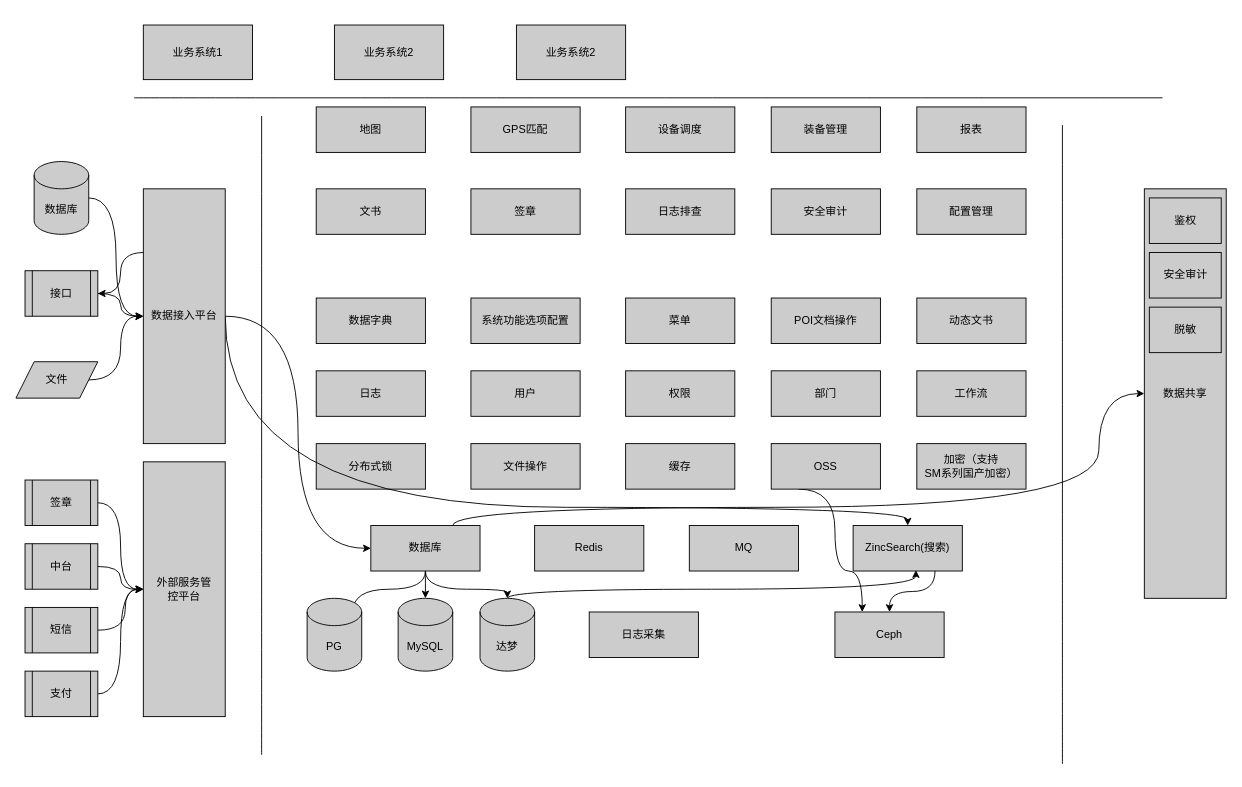
Earlier version of the draw.io diagram page "技术体系1" (5 of 6) of doc/工程中心年终总结.drawio (jackyliu/design). Source tidied: cells renumbered, new cells numbered last; positions are measured from the earlier drawing's top-left corner, leaving out a move shared by most shapes. Both pictures are drawn from the tidied source at 91%, with x=0, y=0 at pixel (15, 25).
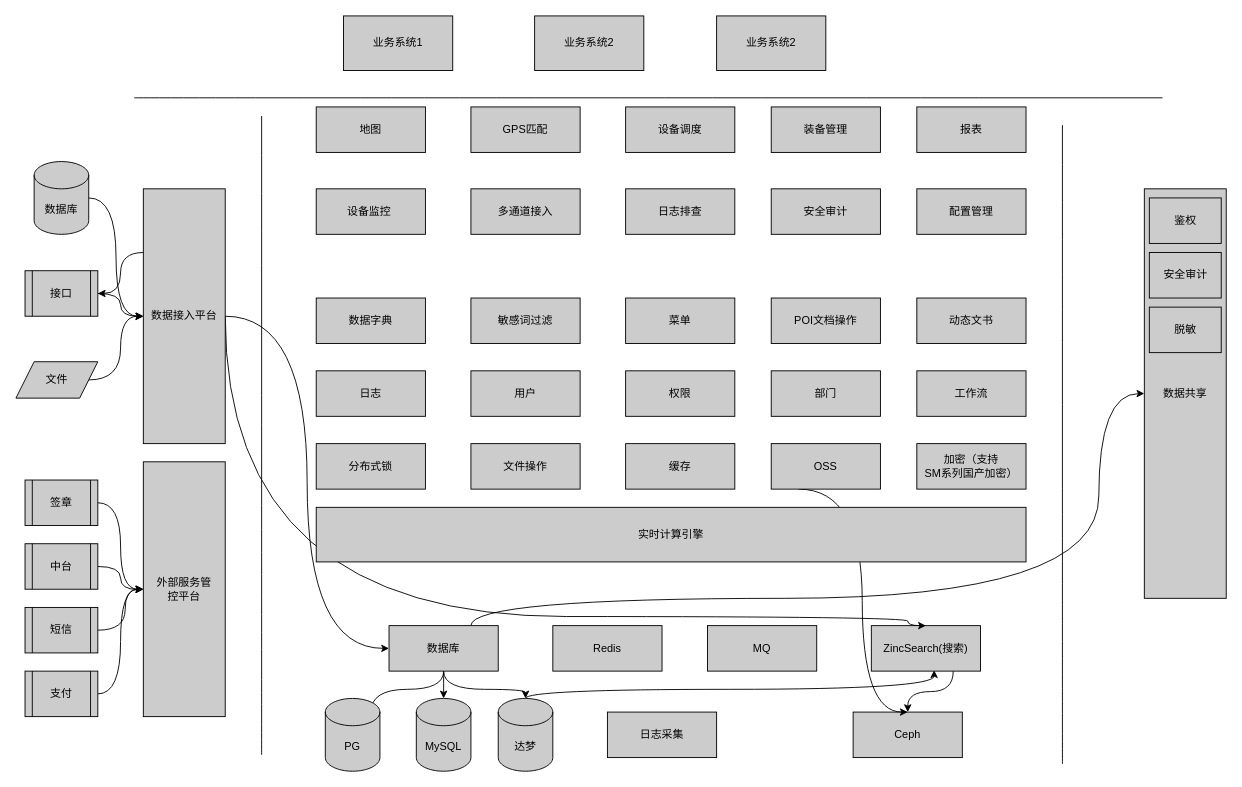
The same diagram, later.

Commit message:
更新工程中心年终总结.drawio

The change refers to these unchanged cells:
```xml
<mxCell id="21" value="OSS" style="rounded=0;whiteSpace=wrap;html=1;fillColor=#CCCCCC;" parent="1" vertex="1">
  <mxGeometry x="830" y="460" width="120" height="50" as="geometry" />
</mxCell>
<mxCell id="50" value="数据接入平台" style="rounded=0;whiteSpace=wrap;html=1;fillColor=#CCCCCC;" parent="1" vertex="1">
  <mxGeometry x="140" y="180" width="90" height="280" as="geometry" />
</mxCell>
<mxCell id="55" value="数据共享" style="rounded=0;whiteSpace=wrap;html=1;fillColor=#CCCCCC;" parent="1" vertex="1">
  <mxGeometry x="1240" y="180" width="90" height="450" as="geometry" />
</mxCell>
```

Change to the diagram source:
```diff
@@
     <mxCell id="4" style="edgeStyle=orthogonalEdgeStyle;curved=1;rounded=0;jettySize=auto;html=1;exitX=0.5;exitY=1;exitDx=0;exitDy=0;" parent="1" edge="1" source="6" target="10">
       <mxGeometry relative="1" as="geometry">
         <Array as="points">
-          <mxPoint x="450" y="620" />
-          <mxPoint x="540" y="620" />
+          <mxPoint x="470" y="730" />
+          <mxPoint x="560" y="730" />
         </Array>
       </mxGeometry>
     </mxCell>
     <mxCell id="5" style="edgeStyle=orthogonalEdgeStyle;curved=1;rounded=0;jettySize=auto;html=1;exitX=0.75;exitY=0;exitDx=0;exitDy=0;entryX=0;entryY=0.5;entryDx=0;entryDy=0;" parent="1" edge="1" source="6" target="55">
       <mxGeometry relative="1" as="geometry">
         <Array as="points">
-          <mxPoint x="480" y="530" />
-          <mxPoint x="1190" y="530" />
+          <mxPoint x="500" y="630" />
+          <mxPoint x="1190" y="630" />
           <mxPoint x="1190" y="405" />
         </Array>
       </mxGeometry>
     </mxCell>
     <mxCell id="6" value="数据库" style="rounded=0;whiteSpace=wrap;html=1;fillColor=#CCCCCC;" parent="1" vertex="1">
-      <mxGeometry x="390" y="550" width="120" height="50" as="geometry" />
+      <mxGeometry x="410" y="660" width="120" height="50" as="geometry" />
     </mxCell>
     <mxCell id="7" value="PG" style="shape=cylinder3;whiteSpace=wrap;html=1;boundedLbl=1;backgroundOutline=1;size=15;fillColor=#CCCCCC;" parent="1" vertex="1">
-      <mxGeometry x="320" y="630" width="60" height="80" as="geometry" />
+      <mxGeometry x="340" y="740" width="60" height="80" as="geometry" />
     </mxCell>
     <mxCell id="8" value="MySQL" style="shape=cylinder3;whiteSpace=wrap;html=1;boundedLbl=1;backgroundOutline=1;size=15;fillColor=#CCCCCC;" parent="1" vertex="1">
-      <mxGeometry x="420" y="630" width="60" height="80" as="geometry" />
+      <mxGeometry x="440" y="740" width="60" height="80" as="geometry" />
     </mxCell>
     <mxCell id="9" style="edgeStyle=orthogonalEdgeStyle;curved=1;rounded=0;jettySize=auto;html=1;entryX=0.575;entryY=0.98;entryDx=0;entryDy=0;entryPerimeter=0;" parent="1" edge="1" source="10" target="15">
       <mxGeometry relative="1" as="geometry">
         <Array as="points">
-          <mxPoint x="540" y="620" />
-          <mxPoint x="989" y="620" />
+          <mxPoint x="560" y="730" />
+          <mxPoint x="1009" y="730" />
         </Array>
       </mxGeometry>
     </mxCell>
     <mxCell id="10" value="达梦" style="shape=cylinder3;whiteSpace=wrap;html=1;boundedLbl=1;backgroundOutline=1;size=15;fillColor=#CCCCCC;" parent="1" vertex="1">
-      <mxGeometry x="510" y="630" width="60" height="80" as="geometry" />
+      <mxGeometry x="530" y="740" width="60" height="80" as="geometry" />
     </mxCell>
     <mxCell id="11" value="Redis" style="rounded=0;whiteSpace=wrap;html=1;fillColor=#CCCCCC;" parent="1" vertex="1">
-      <mxGeometry x="570" y="550" width="120" height="50" as="geometry" />
+      <mxGeometry x="590" y="660" width="120" height="50" as="geometry" />
     </mxCell>
     <mxCell id="12" value="MQ" style="rounded=0;whiteSpace=wrap;html=1;fillColor=#CCCCCC;" parent="1" vertex="1">
-      <mxGeometry x="740" y="550" width="120" height="50" as="geometry" />
+      <mxGeometry x="760" y="660" width="120" height="50" as="geometry" />
     </mxCell>
     <mxCell id="13" value="Ceph" style="rounded=0;whiteSpace=wrap;html=1;fillColor=#CCCCCC;" parent="1" vertex="1">
-      <mxGeometry x="900" y="645" width="120" height="50" as="geometry" />
+      <mxGeometry x="920" y="755" width="120" height="50" as="geometry" />
     </mxCell>
@@
     <mxCell id="15" value="ZincSearch(搜索)" style="rounded=0;whiteSpace=wrap;html=1;fillColor=#CCCCCC;" parent="1" vertex="1">
-      <mxGeometry x="920" y="550" width="120" height="50" as="geometry" />
+      <mxGeometry x="940" y="660" width="120" height="50" as="geometry" />
     </mxCell>
@@
     <mxCell id="17" value="日志采集" style="rounded=0;whiteSpace=wrap;html=1;fillColor=#CCCCCC;" parent="1" vertex="1">
-      <mxGeometry x="630" y="645" width="120" height="50" as="geometry" />
+      <mxGeometry x="650" y="755" width="120" height="50" as="geometry" />
     </mxCell>
@@
-    <mxCell id="20" style="edgeStyle=orthogonalEdgeStyle;curved=1;rounded=0;jettySize=auto;html=1;exitX=0.25;exitY=1;exitDx=0;exitDy=0;entryX=0.25;entryY=0;entryDx=0;entryDy=0;" parent="1" edge="1" source="21" target="13">
+    <mxCell id="20" style="edgeStyle=orthogonalEdgeStyle;curved=1;rounded=0;jettySize=auto;html=1;exitX=0.25;exitY=1;exitDx=0;exitDy=0;entryX=0.5;entryY=0;entryDx=0;entryDy=0;" parent="1" edge="1" source="21" target="13">
       <mxGeometry relative="1" as="geometry">
         <Array as="points">
-          <mxPoint x="900" y="510" />
-          <mxPoint x="900" y="600" />
-          <mxPoint x="930" y="600" />
+          <mxPoint x="930" y="510" />
+          <mxPoint x="930" y="755" />
         </Array>
       </mxGeometry>
     </mxCell>
@@
-    <mxCell id="29" value="系统功能选项配置" style="rounded=0;whiteSpace=wrap;html=1;fillColor=#CCCCCC;" parent="1" vertex="1">
+    <mxCell id="29" value="敏感词过滤" style="rounded=0;whiteSpace=wrap;html=1;fillColor=#CCCCCC;" parent="1" vertex="1">
       <mxGeometry x="500" y="300" width="120" height="50" as="geometry" />
     </mxCell>
@@
-    <mxCell id="31" value="文书" style="rounded=0;whiteSpace=wrap;html=1;fillColor=#CCCCCC;" parent="1" vertex="1">
+    <mxCell id="31" value="设备监控&amp;nbsp;" style="rounded=0;whiteSpace=wrap;html=1;fillColor=#CCCCCC;" parent="1" vertex="1">
       <mxGeometry x="330" y="180" width="120" height="50" as="geometry" />
     </mxCell>
@@
-    <mxCell id="34" value="签章" style="rounded=0;whiteSpace=wrap;html=1;fillColor=#CCCCCC;" parent="1" vertex="1">
+    <mxCell id="34" value="多通道接入" style="rounded=0;whiteSpace=wrap;html=1;fillColor=#CCCCCC;" parent="1" vertex="1">
       <mxGeometry x="500" y="180" width="120" height="50" as="geometry" />
     </mxCell>
@@
     <mxCell id="48" style="edgeStyle=orthogonalEdgeStyle;curved=1;rounded=0;jettySize=auto;html=1;entryX=0.5;entryY=0;entryDx=0;entryDy=0;exitX=1;exitY=0.5;exitDx=0;exitDy=0;" parent="1" edge="1" source="50" target="15">
       <mxGeometry relative="1" as="geometry">
         <Array as="points">
-          <mxPoint x="230" y="530" />
-          <mxPoint x="980" y="530" />
+          <mxPoint x="230" y="650" />
+          <mxPoint x="980" y="650" />
+          <mxPoint x="980" y="660" />
         </Array>
       </mxGeometry>
     </mxCell>
@@
     <mxCell id="60" value="业务系统1" style="rounded=0;whiteSpace=wrap;html=1;fillColor=#CCCCCC;" parent="1" vertex="1">
-      <mxGeometry x="140" width="120" height="60" as="geometry" />
+      <mxGeometry x="360" y="-10" width="120" height="60" as="geometry" />
     </mxCell>
     <mxCell id="61" value="业务系统2" style="rounded=0;whiteSpace=wrap;html=1;fillColor=#CCCCCC;" parent="1" vertex="1">
-      <mxGeometry x="350" width="120" height="60" as="geometry" />
+      <mxGeometry x="570" y="-10" width="120" height="60" as="geometry" />
     </mxCell>
     <mxCell id="62" value="业务系统2" style="rounded=0;whiteSpace=wrap;html=1;fillColor=#CCCCCC;" parent="1" vertex="1">
-      <mxGeometry x="550" width="120" height="60" as="geometry" />
+      <mxGeometry x="770" y="-10" width="120" height="60" as="geometry" />
     </mxCell>
@@
+    <mxCell id="72" value="实时计算引擎" style="rounded=0;whiteSpace=wrap;html=1;fillColor=#CCCCCC;" parent="1" vertex="1">
+      <mxGeometry x="330" y="530" width="780" height="60" as="geometry" />
+    </mxCell>
```
